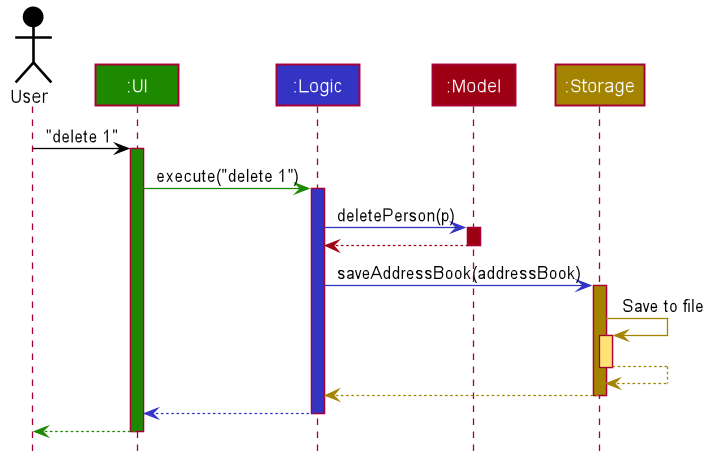
Earlier version of the PlantUML export docs/images/ArchitectureSequenceDiagram.png (nus-cs2103-AY2021S2/tp).
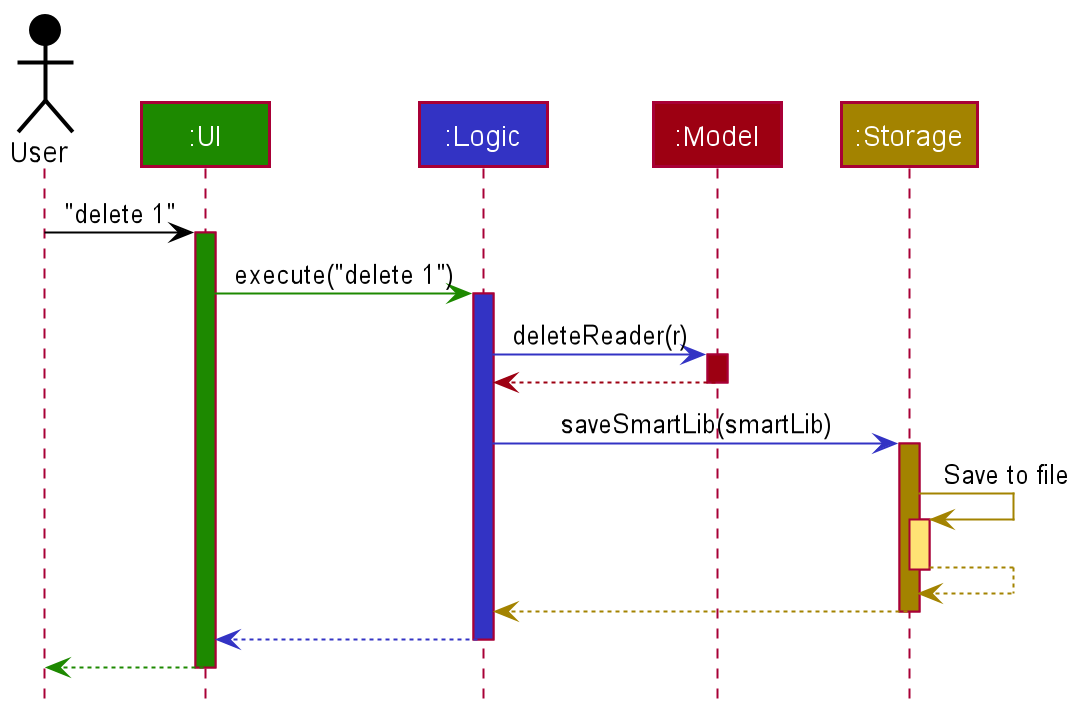
Later version of the same file.

The edit, as a diff of the source:
```diff
@@ -1,85 +1,38 @@
 @startuml
+!include style.puml
 
+Actor User as user USER_COLOR
+Participant ":UI" as ui UI_COLOR
+Participant ":Logic" as logic LOGIC_COLOR
+Participant ":Model" as model MODEL_COLOR
+Participant ":Storage" as storage STORAGE_COLOR
 
+user -[USER_COLOR]> ui : "delete 1"
+activate ui UI_COLOR
 
+ui -[UI_COLOR]> logic : execute("delete 1")
+activate logic LOGIC_COLOR
 
+logic -[LOGIC_COLOR]> model : deleteReader(r)
+activate model MODEL_COLOR
 
-
-
-
-skinparam BackgroundColor #FFFFFFF
-
-skinparam Shadowing false
-
-skinparam Class {
-    FontColor #FFFFFF
-    BorderThickness 1
-    BorderColor #FFFFFF
-    StereotypeFontColor #FFFFFF
-    FontName Arial
-}
-
-skinparam Actor {
-    BorderColor #000000
-    Color #000000
-    FontName Arial
-}
-
-skinparam Sequence {
-    MessageAlign center
-    BoxFontSize 15
-    BoxPadding 0
-    BoxFontColor #FFFFFF
-    FontName Arial
-}
-
-skinparam Participant {
-    FontColor #FFFFFFF
-    Padding 20
-}
-
-skinparam MinClassWidth 50
-skinparam ParticipantPadding 10
-skinparam Shadowing false
-skinparam DefaultTextAlignment center
-skinparam packageStyle Rectangle
-
-hide footbox
-hide members
-hide circle
-
-Actor User as user #000000
-Participant ":UI" as ui #1D8900
-Participant ":Logic" as logic #3333C4
-Participant ":Model" as model #9D0012
-Participant ":Storage" as storage #A38300
-
-user -[#000000]> ui : "delete 1"
-activate ui #1D8900
-
-ui -[#1D8900]> logic : execute("delete 1")
-activate logic #3333C4
-
-logic -[#3333C4]> model : deletePerson(p)
-activate model #9D0012
-
-model -[#9D0012]-> logic
+model -[MODEL_COLOR]-> logic
 deactivate model
 
-logic -[#3333C4]> storage : saveAddressBook(addressBook)
-activate storage #A38300
+logic -[LOGIC_COLOR]> storage : saveSmartLib(smartLib)
+activate storage STORAGE_COLOR
 
-storage -[#A38300]> storage : Save to file
-activate storage #FFE374
-storage --[#A38300]> storage
+storage -[STORAGE_COLOR]> storage : Save to file
+activate storage STORAGE_COLOR_T1
+storage --[STORAGE_COLOR]> storage
 deactivate storage
 
-storage --[#A38300]> logic
+storage --[STORAGE_COLOR]> logic
 deactivate storage
 
-logic --[#3333C4]> ui
+logic --[LOGIC_COLOR]> ui
 deactivate logic
 
-ui--[#1D8900]> user
+ui--[UI_COLOR]> user
 deactivate ui
 @enduml
```
